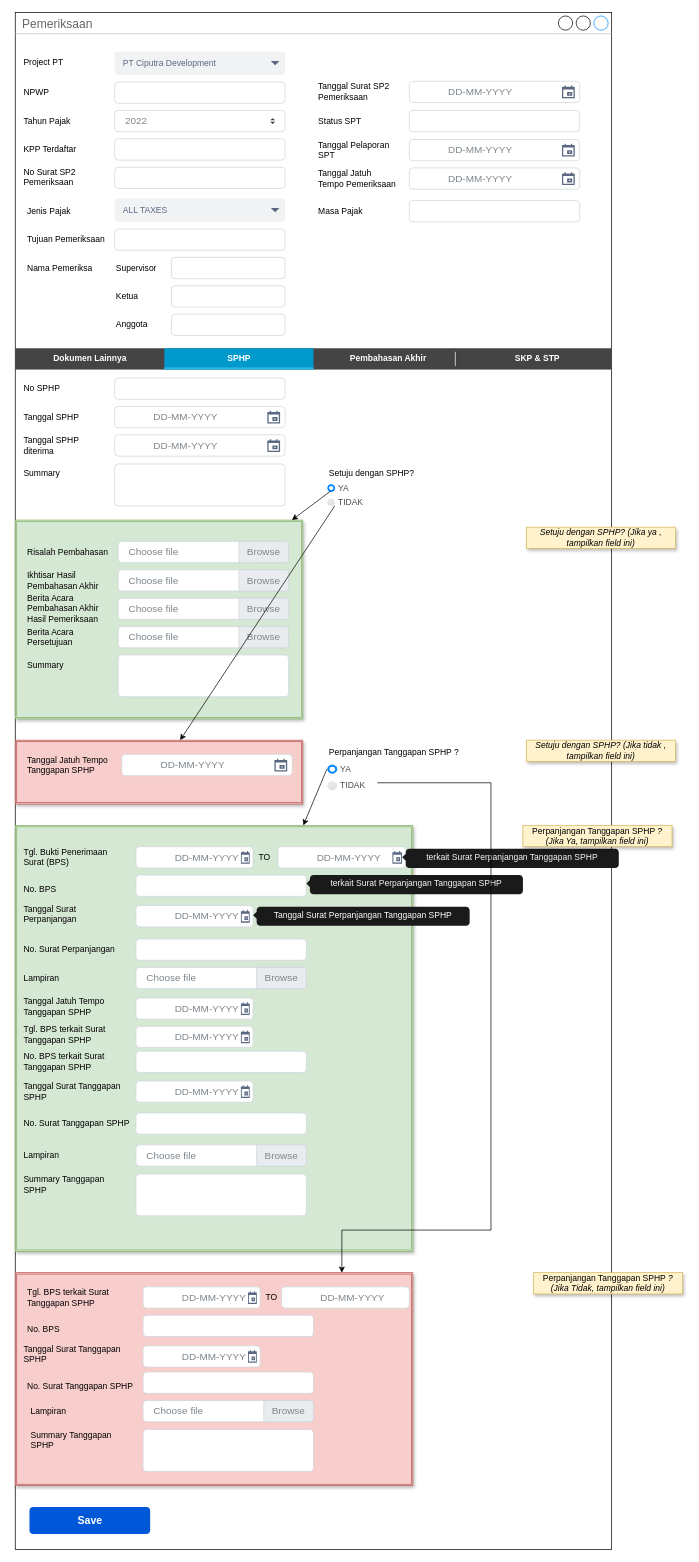
Above: page "2.0 Pemeriksaan_addnew" (8 of 22) of TAMS.drawio in prasetyodavid/TAMS (draw.io), before the change. Source tidied: cells renumbered, new cells numbered last; positions are measured from the earlier drawing's top-left corner, leaving out a move shared by most shapes. Both pictures are drawn from the tidied source at 71%, with x=0, y=0 at pixel (15, 12).
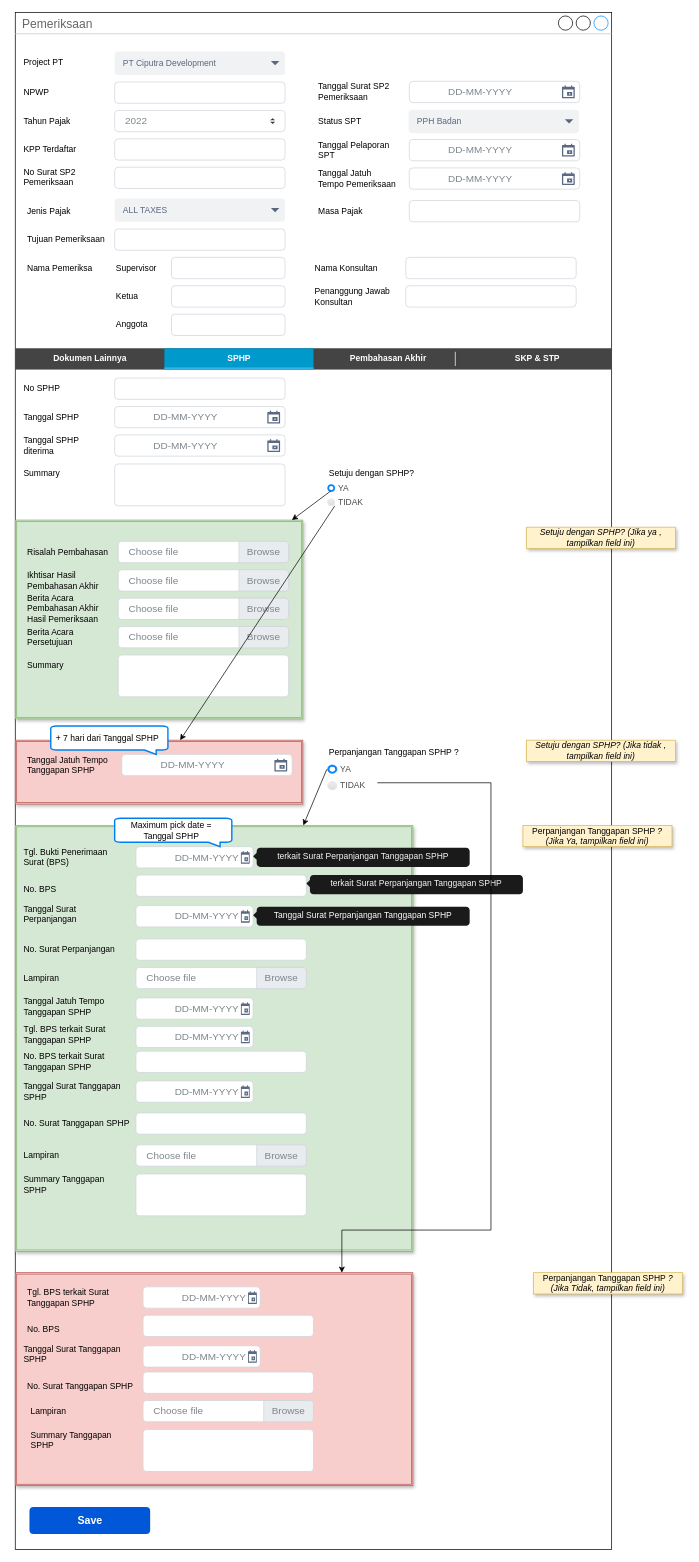
The same page after the edit.

What changed in the source:
```diff
@@
-    <mxCell id="25" style="html=1;shadow=0;dashed=0;shape=mxgraph.bootstrap.rrect;rSize=5;strokeColor=#CED4DA;html=1;whiteSpace=wrap;fillColor=#FFFFFF;fontColor=#7D868C;align=left;spacing=15;spacingLeft=40;fontSize=14;" parent="1" vertex="1">
-      <mxGeometry x="555" y="138" width="240" height="30" as="geometry" />
-    </mxCell>
@@
-    <mxCell id="88" style="group;" parent="1" vertex="1">
-      <mxGeometry x="370" y="1175" width="180" height="30" as="geometry" />
-    </mxCell>
-    <mxCell id="89" value="DD-MM-YYYY" style="html=1;shadow=0;dashed=0;shape=mxgraph.bootstrap.rrect;rSize=5;strokeColor=#CED4DA;html=1;whiteSpace=wrap;fillColor=#FFFFFF;fontColor=#7D868C;align=left;spacing=15;spacingLeft=40;fontSize=14;" parent="88" vertex="1">
-      <mxGeometry width="180" height="30" as="geometry" />
-    </mxCell>
-    <mxCell id="90" style="shape=mxgraph.gmdl.calendar;fillColor=#5A6881;strokeColor=none;sketch=0;hachureGap=4;fontFamily=Architects Daughter;fontSize=20;fontColor=default;html=1;" parent="88" vertex="1">
-      <mxGeometry x="161.2" y="6" width="13.5" height="18" as="geometry" />
-    </mxCell>
-    <mxCell id="91" value="TO" style="text;html=1;strokeColor=none;fillColor=none;align=left;verticalAlign=middle;whiteSpace=wrap;rounded=0;fontColor=default;" parent="88" vertex="1">
-      <mxGeometry x="-28.9" width="28.4" height="30" as="geometry" />
-    </mxCell>
@@
     <mxCell id="100" value="&lt;span style=&quot;text-align: left;&quot;&gt;&lt;font color=&quot;#f7f7f7&quot;&gt;terkait Surat Perpanjangan Tanggapan SPHP&lt;/font&gt;&lt;/span&gt;" style="html=1;shadow=0;dashed=0;shape=mxgraph.bootstrap.popover;fillColor=#1A1A1A;strokeColor=none;dx=12;dy=5;rSize=5;whiteSpace=wrap;verticalAlign=top;spacing=10;fontSize=12;spacingLeft=0;align=center;spacingTop=-10;fontColor=#FFFFFF;direction=south;spacingLeft=5;" parent="1" vertex="1">
-      <mxGeometry x="545" y="1178" width="305" height="27" as="geometry" />
+      <mxGeometry x="335" y="1176.5" width="305" height="27" as="geometry" />
     </mxCell>
@@
-    <mxCell id="135" value="DD-MM-YYYY" style="html=1;shadow=0;dashed=0;shape=mxgraph.bootstrap.rrect;rSize=5;strokeColor=#CED4DA;html=1;whiteSpace=wrap;fillColor=#FFFFFF;fontColor=#7D868C;align=left;spacing=15;spacingLeft=40;fontSize=14;" parent="1" vertex="1">
-      <mxGeometry x="375" y="1795" width="180" height="30" as="geometry" />
-    </mxCell>
-    <mxCell id="136" value="TO" style="text;html=1;strokeColor=none;fillColor=none;align=left;verticalAlign=middle;whiteSpace=wrap;rounded=0;fontColor=default;" parent="1" vertex="1">
-      <mxGeometry x="351.1" y="1795" width="28.4" height="30" as="geometry" />
-    </mxCell>
@@
+    <mxCell id="164" value="PPH Badan" style="rounded=1;fillColor=#F1F2F4;strokeColor=none;html=1;fontColor=#596780;align=left;fontSize=12;spacingLeft=10;sketch=0;" parent="1" vertex="1">
+      <mxGeometry x="554" y="137" width="240" height="33" as="geometry" />
+    </mxCell>
+    <mxCell id="165" style="shape=triangle;direction=south;fillColor=#596780;strokeColor=none;html=1;sketch=0;fontColor=default;" parent="164" vertex="1">
+      <mxGeometry x="1" y="0.5" width="12" height="6" relative="1" as="geometry">
+        <mxPoint x="-20" y="-3" as="offset" />
+      </mxGeometry>
+    </mxCell>
+    <mxCell id="166" style="html=1;shadow=0;dashed=0;shape=mxgraph.bootstrap.rrect;rSize=5;strokeColor=#CED4DA;html=1;whiteSpace=wrap;fillColor=#FFFFFF;fontColor=#7D868C;align=left;spacing=15;spacingLeft=40;fontSize=14;" parent="1" vertex="1">
+      <mxGeometry x="550" y="345" width="240" height="30" as="geometry" />
+    </mxCell>
+    <mxCell id="167" value="Nama Konsultan" style="text;html=1;strokeColor=none;fillColor=none;align=left;verticalAlign=middle;whiteSpace=wrap;rounded=0;fontColor=default;" parent="1" vertex="1">
+      <mxGeometry x="420" y="345" width="115" height="30" as="geometry" />
+    </mxCell>
+    <mxCell id="168" style="html=1;shadow=0;dashed=0;shape=mxgraph.bootstrap.rrect;rSize=5;strokeColor=#CED4DA;html=1;whiteSpace=wrap;fillColor=#FFFFFF;fontColor=#7D868C;align=left;spacing=15;spacingLeft=40;fontSize=14;" parent="1" vertex="1">
+      <mxGeometry x="550" y="385" width="240" height="30" as="geometry" />
+    </mxCell>
+    <mxCell id="169" value="Penanggung Jawab Konsultan" style="text;html=1;strokeColor=none;fillColor=none;align=left;verticalAlign=middle;whiteSpace=wrap;rounded=0;fontColor=default;" parent="1" vertex="1">
+      <mxGeometry x="420" y="385" width="115" height="30" as="geometry" />
+    </mxCell>
+    <mxCell id="170" style="group;" parent="1" vertex="1">
+      <mxGeometry x="50" y="1005" width="165" height="40" as="geometry" />
+    </mxCell>
+    <mxCell id="171" style="html=1;verticalLabelPosition=bottom;align=center;labelBackgroundColor=#ffffff;verticalAlign=top;strokeWidth=2;strokeColor=#0080F0;shadow=0;dashed=0;shape=mxgraph.ios7.icons.message;" parent="170" vertex="1">
+      <mxGeometry width="165" height="40" as="geometry" />
+    </mxCell>
+    <mxCell id="172" value="+ 7 hari dari Tanggal SPHP" style="text;html=1;strokeColor=none;fillColor=none;align=center;verticalAlign=middle;whiteSpace=wrap;rounded=0;" parent="170" vertex="1">
+      <mxGeometry x="5" y="6.7" width="150" height="20" as="geometry" />
+    </mxCell>
+    <mxCell id="173" style="group;" parent="1" vertex="1">
+      <mxGeometry x="140" y="1135" width="165" height="40" as="geometry" />
+    </mxCell>
+    <mxCell id="174" style="html=1;verticalLabelPosition=bottom;align=center;labelBackgroundColor=#ffffff;verticalAlign=top;strokeWidth=2;strokeColor=#0080F0;shadow=0;dashed=0;shape=mxgraph.ios7.icons.message;" parent="173" vertex="1">
+      <mxGeometry width="165" height="40" as="geometry" />
+    </mxCell>
+    <mxCell id="175" value="Maximum pick date = Tanggal SPHP" style="text;html=1;strokeColor=none;fillColor=none;align=center;verticalAlign=middle;whiteSpace=wrap;rounded=0;" parent="173" vertex="1">
+      <mxGeometry x="5" y="6.7" width="150" height="20" as="geometry" />
+    </mxCell>
```
